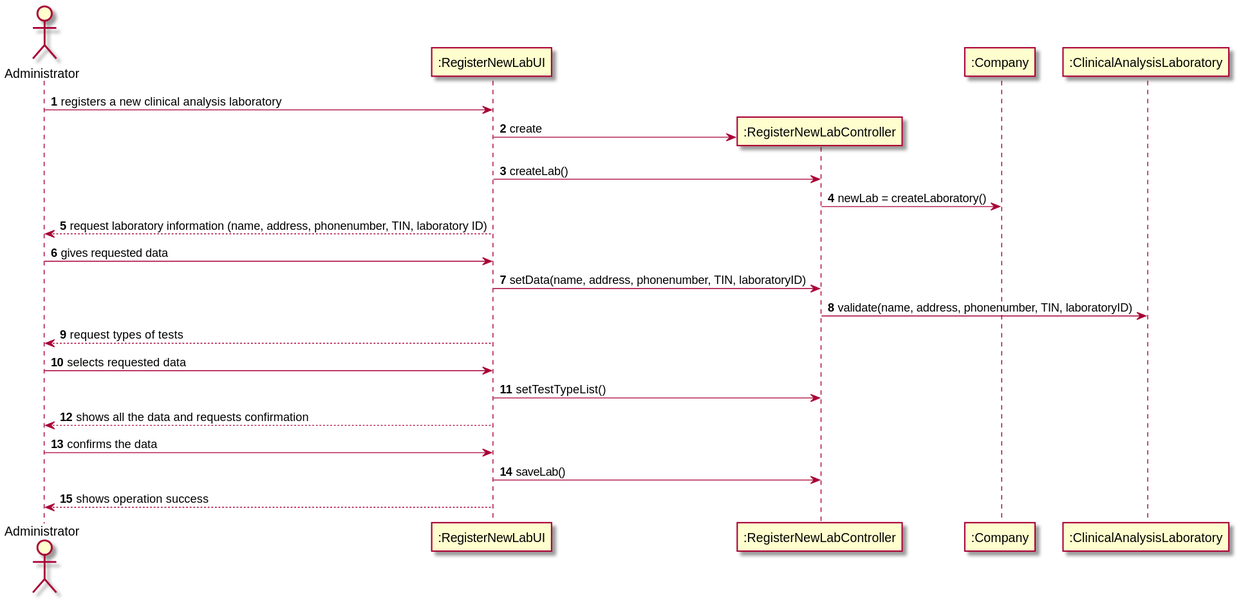
Above: docs/SprintB/US8/US8_SD.svg in MadDinosaur/ISEP-LAPR2 (PlantUML), before the change.
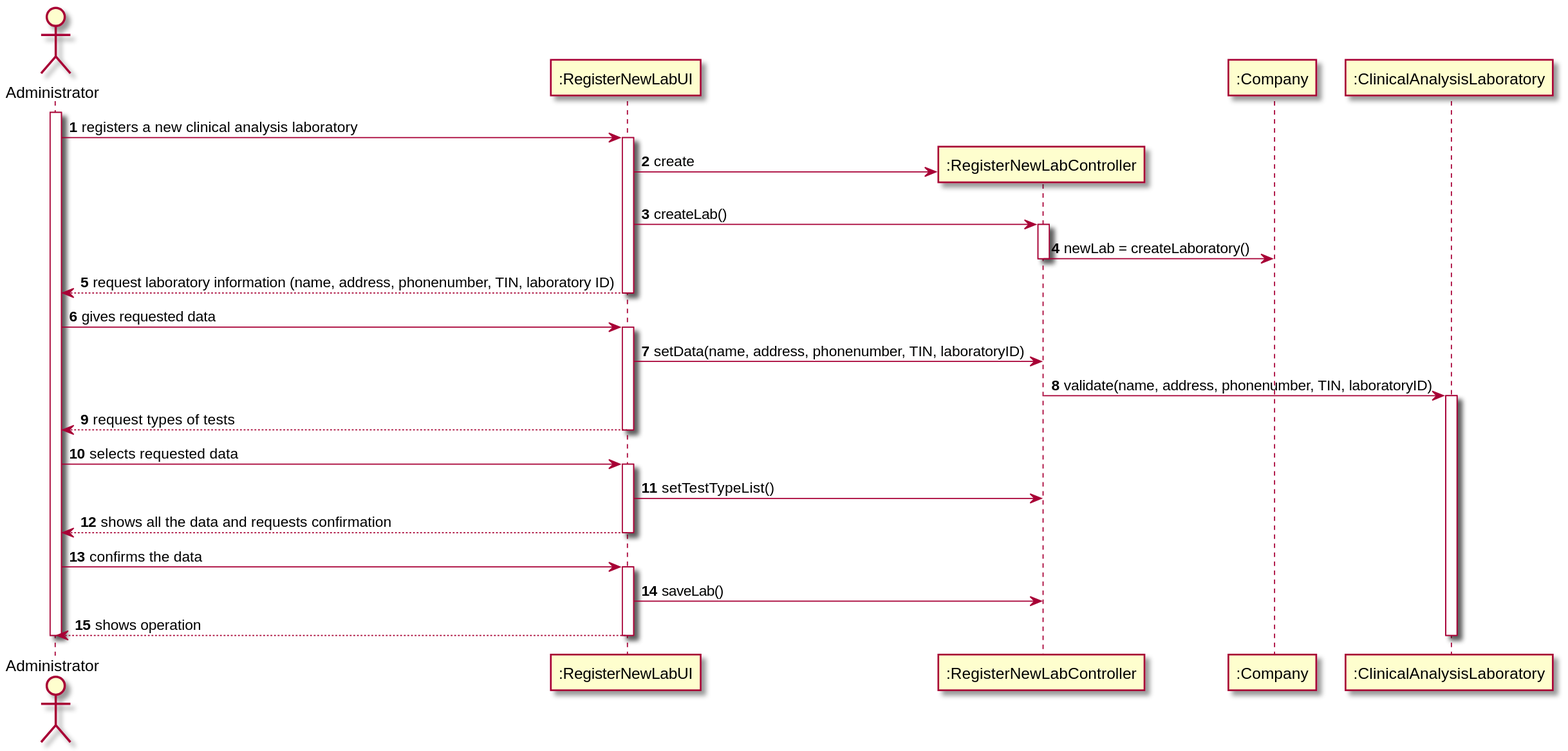
Later version of the same file.

What changed in the source:
```diff
@@ -7,20 +7,34 @@
 participant ":Company" as validate
 participant ":ClinicalAnalysisLaboratory" as lab
 
+activate admin
 admin -> UI : registers a new clinical analysis laboratory
+activate UI
 create controller
 UI -> controller : create
 UI -> controller : createLab()
+activate controller
 controller -> validate : newLab = createLaboratory()
+deactivate controller
 UI --> admin : request laboratory information (name, address, phonenumber, TIN, laboratory ID)
+deactivate UI
 admin -> UI : gives requested data
+activate UI
 UI -> controller : setData(name, address, phonenumber, TIN, laboratoryID)
 controller -> lab : validate(name, address, phonenumber, TIN, laboratoryID)
+activate lab
 UI --> admin : request types of tests
+deactivate UI
 admin -> UI : selects requested data
+activate UI
 UI -> controller : setTestTypeList()
 UI --> admin : shows all the data and requests confirmation
+deactivate UI
 admin -> UI : confirms the data
+activate UI
 UI -> controller : saveLab()
-UI --> admin : shows operation success
+UI --> admin : shows operation
+deactivate lab
+deactivate UI
+deactivate admin
 @enduml
```
